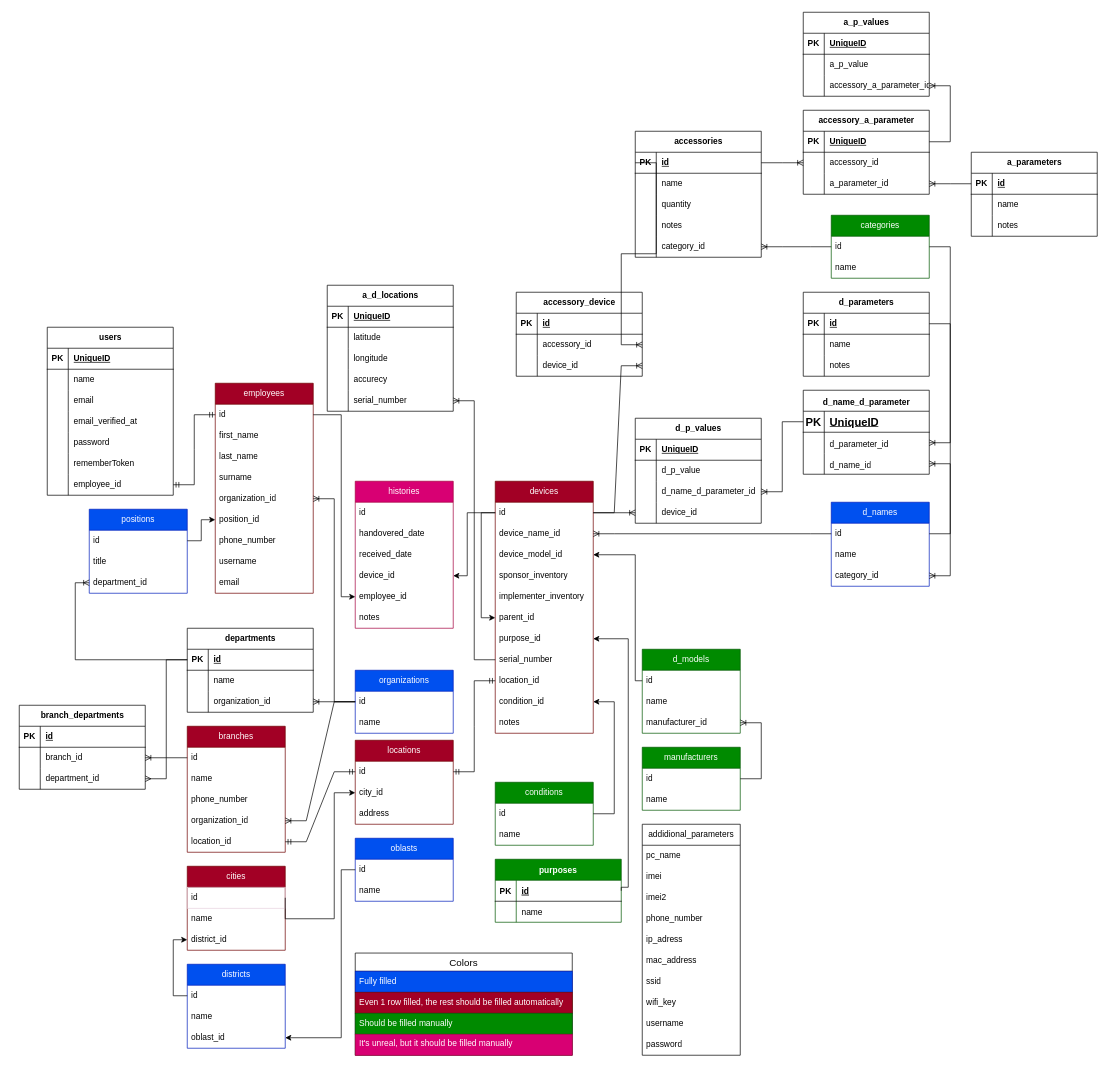
The draw.io diagram diagram/equipment_accounting.drawio in eardakbekov1/equipment_accounting, before the edit. Source tidied: cells renumbered, new cells numbered last; positions are measured from the earlier drawing's top-left corner, leaving out a move shared by most shapes. Both pictures are drawn from the tidied source at 70%, with x=0, y=0 at pixel (19, 12).
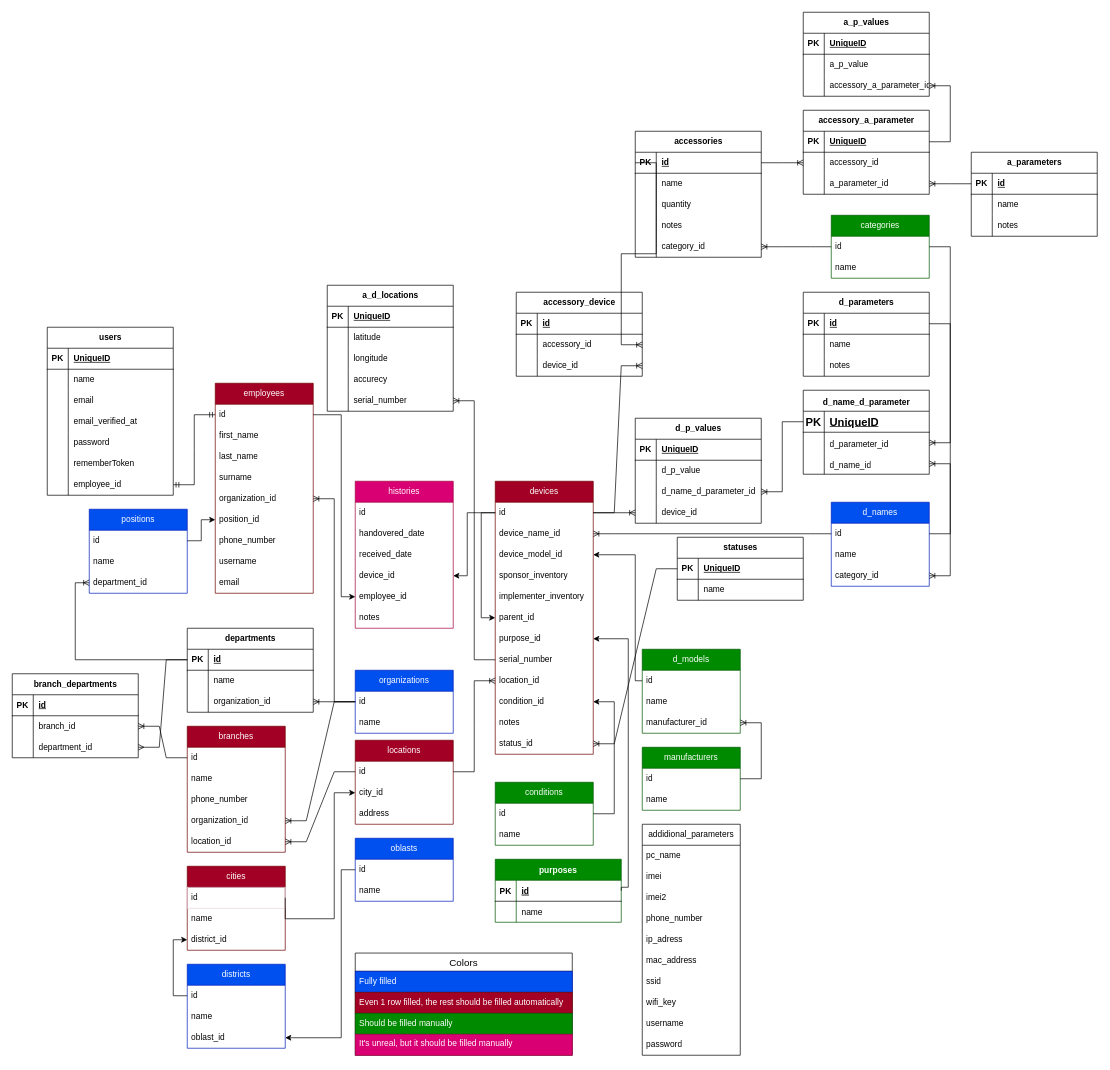
The same page after the edit.

Unchanged cells that the change refers to:
```xml
<mxCell id="16" value="location_id" style="text;align=left;verticalAlign=middle;spacingLeft=4;spacingRight=4;overflow=hidden;points=[[0,0.5],[1,0.5]];portConstraint=eastwest;whiteSpace=wrap;html=1;" parent="6" vertex="1">
  <mxGeometry y="270" width="140" height="30" as="geometry" />
</mxCell>
<mxCell id="53" value="positions" style="swimlane;fontStyle=0;horizontal=1;startSize=30;whiteSpace=wrap;html=1;fillColor=#0050ef;fontColor=#ffffff;strokeColor=#001DBC;" parent="1" vertex="1">
  <mxGeometry x="100" y="710" width="140" height="120" as="geometry" />
</mxCell>
<mxCell id="67" value="id" style="text;align=left;verticalAlign=middle;spacingLeft=4;spacingRight=4;overflow=hidden;points=[[0,0.5],[1,0.5]];portConstraint=eastwest;whiteSpace=wrap;html=1;" parent="66" vertex="1">
  <mxGeometry y="30" width="140" height="30" as="geometry" />
</mxCell>
<mxCell id="77" value="location_id" style="text;align=left;verticalAlign=middle;spacingLeft=4;spacingRight=4;overflow=hidden;points=[[0,0.5],[1,0.5]];portConstraint=eastwest;whiteSpace=wrap;html=1;" parent="72" vertex="1">
  <mxGeometry y="150" width="140" height="30" as="geometry" />
</mxCell>
```

Diff of the diagram source:
```diff
@@
     <mxCell id="6" value="devices" style="swimlane;fontStyle=0;horizontal=1;startSize=30;whiteSpace=wrap;html=1;fillColor=#a20025;fontColor=#ffffff;strokeColor=#6F0000;" parent="1" vertex="1">
-      <mxGeometry x="680" y="670" width="140" height="360" as="geometry" />
+      <mxGeometry x="680" y="670" width="140" height="390" as="geometry" />
     </mxCell>
@@
+    <mxCell id="279" value="status_id" style="text;align=left;verticalAlign=middle;spacingLeft=4;spacingRight=4;overflow=hidden;points=[[0,0.5],[1,0.5]];portConstraint=eastwest;whiteSpace=wrap;html=1;" parent="6" vertex="1">
+      <mxGeometry y="360" width="140" height="30" as="geometry" />
+    </mxCell>
@@
-    <mxCell id="55" value="title" style="text;align=left;verticalAlign=middle;spacingLeft=4;spacingRight=4;overflow=hidden;whiteSpace=wrap;html=1;" parent="53" vertex="1">
+    <mxCell id="55" value="name" style="text;align=left;verticalAlign=middle;spacingLeft=4;spacingRight=4;overflow=hidden;whiteSpace=wrap;html=1;" parent="53" vertex="1">
       <mxGeometry y="60" width="140" height="30" as="geometry" />
     </mxCell>
@@
     <mxCell id="112" value="branch_departments" style="shape=table;startSize=30;childLayout=tableLayout;rowLines=0;fontStyle=1;align=center;html=1;" parent="1" vertex="1">
-      <mxGeometry y="990" width="180" height="120" as="geometry" />
+      <mxGeometry x="-10" y="945" width="180" height="120" as="geometry" />
     </mxCell>
@@
-    <mxCell id="236" style="edgeStyle=entityRelationEdgeStyle;fontSize=12;html=1;endArrow=ERmandOne;startArrow=ERmandOne;rounded=0;entryX=0;entryY=0.5;entryDx=0;entryDy=0;exitX=1;exitY=0.5;exitDx=0;exitDy=0;" parent="1" edge="1" source="77" target="67">
-      <mxGeometry relative="1" as="geometry" />
-    </mxCell>
-    <mxCell id="237" style="edgeStyle=entityRelationEdgeStyle;fontSize=12;html=1;endArrow=ERmandOne;startArrow=ERmandOne;rounded=0;entryX=0;entryY=0.5;entryDx=0;entryDy=0;exitX=1;exitY=0.5;exitDx=0;exitDy=0;" parent="1" edge="1" source="67" target="16">
-      <mxGeometry relative="1" as="geometry" />
-    </mxCell>
@@
+    <mxCell id="280" style="edgeStyle=entityRelationEdgeStyle;fontSize=12;html=1;endArrow=ERoneToMany;rounded=0;exitX=0;exitY=0.5;exitDx=0;exitDy=0;entryX=1;entryY=0.5;entryDx=0;entryDy=0;" parent="1" edge="1" source="67" target="77">
+      <mxGeometry relative="1" as="geometry" />
+    </mxCell>
+    <mxCell id="237" style="edgeStyle=entityRelationEdgeStyle;fontSize=12;html=1;endArrow=ERoneToMany;rounded=0;exitX=1;exitY=0.5;exitDx=0;exitDy=0;" parent="1" edge="1" source="67" target="16">
+      <mxGeometry relative="1" as="geometry" />
+    </mxCell>
+    <mxCell id="281" value="statuses" style="shape=table;startSize=30;childLayout=tableLayout;rowLines=0;fontStyle=1;align=center;html=1;" parent="1" vertex="1">
+      <mxGeometry x="940" y="750" width="180" height="90" as="geometry" />
+    </mxCell>
+    <mxCell id="282" style="shape=tableRow;horizontal=0;startSize=0;swimlaneHead=0;swimlaneBody=0;fillColor=none;points=[[0,0.5],[1,0.5]];portConstraint=eastwest;top=0;left=0;right=0;bottom=1;" parent="281" vertex="1">
+      <mxGeometry y="30" width="180" height="30" as="geometry" />
+    </mxCell>
+    <mxCell id="283" value="PK" style="shape=partialRectangle;fillColor=none;top=0;left=0;bottom=0;right=0;fontStyle=1;overflow=hidden;whiteSpace=wrap;html=1;" parent="282" vertex="1">
+      <mxGeometry width="30" height="30" as="geometry" />
+    </mxCell>
+    <mxCell id="284" value="UniqueID" style="shape=partialRectangle;fillColor=none;top=0;left=0;bottom=0;right=0;align=left;spacingLeft=6;fontStyle=5;overflow=hidden;whiteSpace=wrap;html=1;" parent="282" vertex="1">
+      <mxGeometry x="30" width="150" height="30" as="geometry" />
+    </mxCell>
+    <mxCell id="285" style="shape=tableRow;horizontal=0;startSize=0;swimlaneHead=0;swimlaneBody=0;fillColor=none;top=0;left=0;right=0;bottom=0;" parent="281" vertex="1">
+      <mxGeometry y="60" width="180" height="30" as="geometry" />
+    </mxCell>
+    <mxCell id="286" style="shape=partialRectangle;fillColor=none;top=0;left=0;bottom=0;right=0;overflow=hidden;whiteSpace=wrap;html=1;" parent="285" vertex="1">
+      <mxGeometry width="30" height="30" as="geometry" />
+    </mxCell>
+    <mxCell id="287" value="name" style="shape=partialRectangle;fillColor=none;top=0;left=0;bottom=0;right=0;align=left;spacingLeft=6;overflow=hidden;whiteSpace=wrap;html=1;" parent="285" vertex="1">
+      <mxGeometry x="30" width="150" height="30" as="geometry" />
+    </mxCell>
+    <mxCell id="288" style="edgeStyle=entityRelationEdgeStyle;fontSize=12;html=1;endArrow=ERoneToMany;rounded=0;exitX=0;exitY=0.5;exitDx=0;exitDy=0;entryX=1;entryY=0.5;entryDx=0;entryDy=0;" parent="1" edge="1" source="282" target="279">
+      <mxGeometry relative="1" as="geometry" />
+    </mxCell>
```
